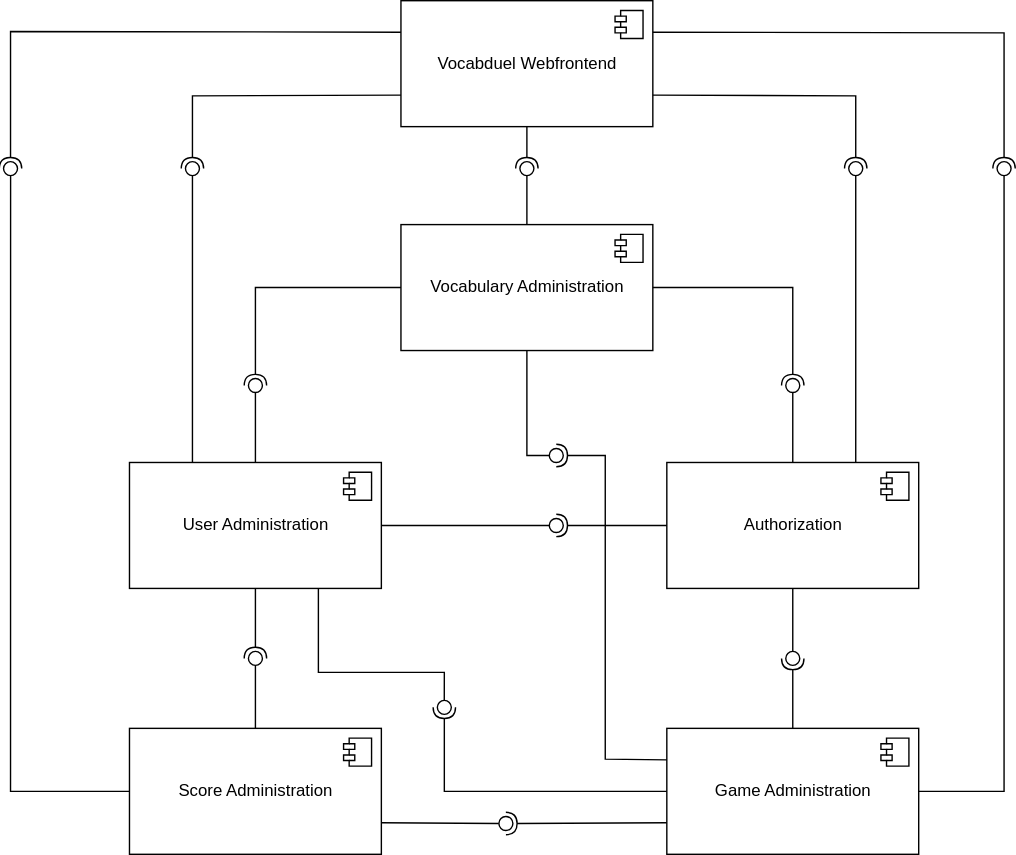
This is components_diagram.svg from lucaslar/htw-kba-gr7-vocabduel-monorepo, a draw.io export, as it was before one commit. Source tidied: cells renumbered, new cells last; positions are measured from the earlier drawing's top-left corner, leaving out a move shared by most shapes. Source of this version:
```xml
<mxGraphModel background="#ffffff">
  <root>
    <mxCell id="0" />
    <mxCell id="1" parent="0" />
    <mxCell id="2" value="User Administration" style="html=1;" parent="1" vertex="1">
      <mxGeometry x="90" y="330" width="180" height="90" as="geometry" />
    </mxCell>
    <mxCell id="3" style="shape=module;jettyWidth=8;jettyHeight=4;" parent="2" vertex="1">
      <mxGeometry x="1" width="20" height="20" relative="1" as="geometry">
        <mxPoint x="-27" y="7" as="offset" />
      </mxGeometry>
    </mxCell>
    <mxCell id="4" value="Vocabulary Administration" style="html=1;" parent="1" vertex="1">
      <mxGeometry x="284" y="160" width="180" height="90" as="geometry" />
    </mxCell>
    <mxCell id="5" style="shape=module;jettyWidth=8;jettyHeight=4;" parent="4" vertex="1">
      <mxGeometry x="1" width="20" height="20" relative="1" as="geometry">
        <mxPoint x="-27" y="7" as="offset" />
      </mxGeometry>
    </mxCell>
    <mxCell id="6" value="Authorization" style="html=1;" parent="1" vertex="1">
      <mxGeometry x="474" y="330" width="180" height="90" as="geometry" />
    </mxCell>
    <mxCell id="7" style="shape=module;jettyWidth=8;jettyHeight=4;" parent="6" vertex="1">
      <mxGeometry x="1" width="20" height="20" relative="1" as="geometry">
        <mxPoint x="-27" y="7" as="offset" />
      </mxGeometry>
    </mxCell>
    <mxCell id="8" value="Game Administration" style="html=1;" parent="1" vertex="1">
      <mxGeometry x="474" y="520" width="180" height="90" as="geometry" />
    </mxCell>
    <mxCell id="9" style="shape=module;jettyWidth=8;jettyHeight=4;" parent="8" vertex="1">
      <mxGeometry x="1" width="20" height="20" relative="1" as="geometry">
        <mxPoint x="-27" y="7" as="offset" />
      </mxGeometry>
    </mxCell>
    <mxCell id="10" value="Vocabduel Webfrontend" style="html=1;" parent="1" vertex="1">
      <mxGeometry x="284" width="180" height="90" as="geometry" />
    </mxCell>
    <mxCell id="11" style="shape=module;jettyWidth=8;jettyHeight=4;" parent="10" vertex="1">
      <mxGeometry x="1" width="20" height="20" relative="1" as="geometry">
        <mxPoint x="-27" y="7" as="offset" />
      </mxGeometry>
    </mxCell>
    <mxCell id="12" value="Score Administration" style="html=1;" parent="1" vertex="1">
      <mxGeometry x="90" y="520" width="180" height="90" as="geometry" />
    </mxCell>
    <mxCell id="13" style="shape=module;jettyWidth=8;jettyHeight=4;" parent="12" vertex="1">
      <mxGeometry x="1" width="20" height="20" relative="1" as="geometry">
        <mxPoint x="-27" y="7" as="offset" />
      </mxGeometry>
    </mxCell>
    <mxCell id="14" style="rounded=0;jettySize=auto;html=1;endArrow=none;endFill=0;exitX=0.25;exitY=0;exitDx=0;exitDy=0;" parent="1" edge="1" source="2" target="16">
      <mxGeometry relative="1" as="geometry" />
    </mxCell>
    <mxCell id="15" style="rounded=0;jettySize=auto;html=1;endArrow=halfCircle;endFill=0;entryX=0.5;entryY=0.5;entryDx=0;entryDy=0;endSize=6;strokeWidth=1;exitX=0;exitY=0.75;exitDx=0;exitDy=0;" parent="1" edge="1" source="10" target="16">
      <mxGeometry relative="1" as="geometry">
        <Array as="points">
          <mxPoint x="135" y="68" />
        </Array>
      </mxGeometry>
    </mxCell>
    <mxCell id="16" style="ellipse;whiteSpace=wrap;html=1;fontFamily=Helvetica;fontSize=12;fontColor=#000000;align=center;strokeColor=#000000;fillColor=#ffffff;points=[];" parent="1" vertex="1">
      <mxGeometry x="130" y="115" width="10" height="10" as="geometry" />
    </mxCell>
    <mxCell id="17" style="rounded=0;jettySize=auto;html=1;endArrow=none;endFill=0;exitX=1;exitY=0.5;exitDx=0;exitDy=0;" parent="1" edge="1" source="8" target="19">
      <mxGeometry relative="1" as="geometry">
        <Array as="points">
          <mxPoint x="715" y="565" />
        </Array>
      </mxGeometry>
    </mxCell>
    <mxCell id="18" style="rounded=0;jettySize=auto;html=1;endArrow=halfCircle;endFill=0;entryX=0.5;entryY=0.5;entryDx=0;entryDy=0;endSize=6;strokeWidth=1;exitX=1;exitY=0.25;exitDx=0;exitDy=0;" parent="1" edge="1" source="10" target="19">
      <mxGeometry relative="1" as="geometry">
        <Array as="points">
          <mxPoint x="715" y="23" />
        </Array>
      </mxGeometry>
    </mxCell>
    <mxCell id="19" style="ellipse;whiteSpace=wrap;html=1;fontFamily=Helvetica;fontSize=12;fontColor=#000000;align=center;strokeColor=#000000;fillColor=#ffffff;points=[];" parent="1" vertex="1">
      <mxGeometry x="710" y="115" width="10" height="10" as="geometry" />
    </mxCell>
    <mxCell id="20" style="rounded=0;jettySize=auto;html=1;endArrow=none;endFill=0;" parent="1" edge="1" source="4" target="22">
      <mxGeometry relative="1" as="geometry" />
    </mxCell>
    <mxCell id="21" style="rounded=0;jettySize=auto;html=1;endArrow=halfCircle;endFill=0;endSize=6;strokeWidth=1;" parent="1" edge="1" source="10">
      <mxGeometry relative="1" as="geometry">
        <mxPoint x="374" y="120" as="targetPoint" />
      </mxGeometry>
    </mxCell>
    <mxCell id="22" style="ellipse;whiteSpace=wrap;html=1;fontFamily=Helvetica;fontSize=12;fontColor=#000000;align=center;strokeColor=#000000;fillColor=#ffffff;points=[];" parent="1" vertex="1">
      <mxGeometry x="369" y="115" width="10" height="10" as="geometry" />
    </mxCell>
    <mxCell id="23" style="rounded=0;jettySize=auto;html=1;endArrow=none;endFill=0;exitX=0.75;exitY=0;exitDx=0;exitDy=0;" parent="1" edge="1" source="6" target="25">
      <mxGeometry relative="1" as="geometry">
        <Array as="points">
          <mxPoint x="609" y="160" />
        </Array>
      </mxGeometry>
    </mxCell>
    <mxCell id="24" style="rounded=0;jettySize=auto;html=1;endArrow=halfCircle;endFill=0;entryX=0.5;entryY=0.5;entryDx=0;entryDy=0;endSize=6;strokeWidth=1;exitX=1;exitY=0.75;exitDx=0;exitDy=0;" parent="1" edge="1" source="10" target="25">
      <mxGeometry relative="1" as="geometry">
        <Array as="points">
          <mxPoint x="609" y="68" />
        </Array>
      </mxGeometry>
    </mxCell>
    <mxCell id="25" style="ellipse;whiteSpace=wrap;html=1;fontFamily=Helvetica;fontSize=12;fontColor=#000000;align=center;strokeColor=#000000;fillColor=#ffffff;points=[];" parent="1" vertex="1">
      <mxGeometry x="604" y="115" width="10" height="10" as="geometry" />
    </mxCell>
    <mxCell id="26" style="rounded=0;jettySize=auto;html=1;endArrow=none;endFill=0;entryX=0.505;entryY=0.995;entryDx=0;entryDy=0;entryPerimeter=0;exitX=0;exitY=0.5;exitDx=0;exitDy=0;" parent="1" edge="1" source="12" target="28">
      <mxGeometry relative="1" as="geometry">
        <Array as="points">
          <mxPoint x="5" y="565" />
        </Array>
      </mxGeometry>
    </mxCell>
    <mxCell id="27" style="rounded=0;jettySize=auto;html=1;endArrow=halfCircle;endFill=0;entryX=0.5;entryY=0.5;entryDx=0;entryDy=0;endSize=6;strokeWidth=1;exitX=0;exitY=0.25;exitDx=0;exitDy=0;" parent="1" edge="1" source="10" target="28">
      <mxGeometry relative="1" as="geometry">
        <Array as="points">
          <mxPoint x="5" y="22" />
        </Array>
      </mxGeometry>
    </mxCell>
    <mxCell id="28" style="ellipse;whiteSpace=wrap;html=1;fontFamily=Helvetica;fontSize=12;fontColor=#000000;align=center;strokeColor=#000000;fillColor=#ffffff;points=[];" parent="1" vertex="1">
      <mxGeometry y="115" width="10" height="10" as="geometry" />
    </mxCell>
    <mxCell id="29" style="rounded=0;jettySize=auto;html=1;endArrow=none;endFill=0;" parent="1" edge="1" target="31">
      <mxGeometry relative="1" as="geometry">
        <mxPoint x="374" y="250" as="sourcePoint" />
        <Array as="points">
          <mxPoint x="374" y="325" />
        </Array>
      </mxGeometry>
    </mxCell>
    <mxCell id="30" style="rounded=0;jettySize=auto;html=1;endArrow=halfCircle;endFill=0;entryX=0.5;entryY=0.5;entryDx=0;entryDy=0;endSize=6;strokeWidth=1;exitX=0;exitY=0.25;exitDx=0;exitDy=0;" parent="1" edge="1" source="8" target="31">
      <mxGeometry relative="1" as="geometry">
        <Array as="points">
          <mxPoint x="430" y="542" />
          <mxPoint x="430" y="325" />
        </Array>
      </mxGeometry>
    </mxCell>
    <mxCell id="31" style="ellipse;whiteSpace=wrap;html=1;fontFamily=Helvetica;fontSize=12;fontColor=#000000;align=center;strokeColor=#000000;fillColor=#ffffff;points=[];" parent="1" vertex="1">
      <mxGeometry x="390" y="320" width="10" height="10" as="geometry" />
    </mxCell>
    <mxCell id="32" style="rounded=0;jettySize=auto;html=1;endArrow=none;endFill=0;exitX=0.5;exitY=0;exitDx=0;exitDy=0;" parent="1" edge="1" source="12" target="34">
      <mxGeometry relative="1" as="geometry" />
    </mxCell>
    <mxCell id="33" style="rounded=0;jettySize=auto;html=1;endArrow=halfCircle;endFill=0;endSize=6;strokeWidth=1;exitX=0.5;exitY=1;exitDx=0;exitDy=0;" parent="1" edge="1" source="2">
      <mxGeometry relative="1" as="geometry">
        <mxPoint x="180" y="470" as="targetPoint" />
      </mxGeometry>
    </mxCell>
    <mxCell id="34" style="ellipse;whiteSpace=wrap;html=1;fontFamily=Helvetica;fontSize=12;fontColor=#000000;align=center;strokeColor=#000000;fillColor=#ffffff;points=[];" parent="1" vertex="1">
      <mxGeometry x="175" y="465" width="10" height="10" as="geometry" />
    </mxCell>
    <mxCell id="35" style="rounded=0;jettySize=auto;html=1;endArrow=none;endFill=0;exitX=1;exitY=0.75;exitDx=0;exitDy=0;" parent="1" edge="1" source="12" target="37">
      <mxGeometry relative="1" as="geometry" />
    </mxCell>
    <mxCell id="36" style="rounded=0;jettySize=auto;html=1;endArrow=halfCircle;endFill=0;entryX=0.5;entryY=0.5;entryDx=0;entryDy=0;endSize=6;strokeWidth=1;exitX=0;exitY=0.75;exitDx=0;exitDy=0;" parent="1" edge="1" source="8" target="37">
      <mxGeometry relative="1" as="geometry" />
    </mxCell>
    <mxCell id="37" style="ellipse;whiteSpace=wrap;html=1;fontFamily=Helvetica;fontSize=12;fontColor=#000000;align=center;strokeColor=#000000;fillColor=#ffffff;points=[];" parent="1" vertex="1">
      <mxGeometry x="354" y="583" width="10" height="10" as="geometry" />
    </mxCell>
    <mxCell id="38" style="rounded=0;jettySize=auto;html=1;endArrow=none;endFill=0;exitX=0.75;exitY=1;exitDx=0;exitDy=0;entryX=0.496;entryY=-0.024;entryDx=0;entryDy=0;entryPerimeter=0;" parent="1" edge="1" source="2" target="40">
      <mxGeometry relative="1" as="geometry">
        <Array as="points">
          <mxPoint x="225" y="480" />
          <mxPoint x="315" y="480" />
        </Array>
      </mxGeometry>
    </mxCell>
    <mxCell id="39" style="rounded=0;jettySize=auto;html=1;endArrow=halfCircle;endFill=0;entryX=0.5;entryY=0.5;entryDx=0;entryDy=0;endSize=6;strokeWidth=1;exitX=0;exitY=0.5;exitDx=0;exitDy=0;" parent="1" edge="1" source="8" target="40">
      <mxGeometry relative="1" as="geometry">
        <Array as="points">
          <mxPoint x="315" y="565" />
        </Array>
      </mxGeometry>
    </mxCell>
    <mxCell id="40" style="ellipse;whiteSpace=wrap;html=1;fontFamily=Helvetica;fontSize=12;fontColor=#000000;align=center;strokeColor=#000000;fillColor=#ffffff;points=[];" parent="1" vertex="1">
      <mxGeometry x="310" y="500" width="10" height="10" as="geometry" />
    </mxCell>
    <mxCell id="41" style="rounded=0;jettySize=auto;html=1;endArrow=none;endFill=0;" parent="1" edge="1" source="2" target="43">
      <mxGeometry relative="1" as="geometry" />
    </mxCell>
    <mxCell id="42" style="rounded=0;jettySize=auto;html=1;endArrow=halfCircle;endFill=0;entryX=0.5;entryY=0.5;entryDx=0;entryDy=0;endSize=6;strokeWidth=1;" parent="1" edge="1" source="4" target="43">
      <mxGeometry relative="1" as="geometry">
        <Array as="points">
          <mxPoint x="180" y="205" />
        </Array>
      </mxGeometry>
    </mxCell>
    <mxCell id="43" style="ellipse;whiteSpace=wrap;html=1;fontFamily=Helvetica;fontSize=12;fontColor=#000000;align=center;strokeColor=#000000;fillColor=#ffffff;points=[];" parent="1" vertex="1">
      <mxGeometry x="175" y="270" width="10" height="10" as="geometry" />
    </mxCell>
    <mxCell id="44" style="rounded=0;jettySize=auto;html=1;endArrow=none;endFill=0;" parent="1" edge="1" source="2" target="46">
      <mxGeometry relative="1" as="geometry" />
    </mxCell>
    <mxCell id="45" style="rounded=0;jettySize=auto;html=1;endArrow=halfCircle;endFill=0;entryX=0.5;entryY=0.5;entryDx=0;entryDy=0;endSize=6;strokeWidth=1;exitX=0;exitY=0.5;exitDx=0;exitDy=0;" parent="1" edge="1" source="6" target="46">
      <mxGeometry relative="1" as="geometry" />
    </mxCell>
    <mxCell id="46" style="ellipse;whiteSpace=wrap;html=1;fontFamily=Helvetica;fontSize=12;fontColor=#000000;align=center;strokeColor=#000000;fillColor=#ffffff;points=[];" parent="1" vertex="1">
      <mxGeometry x="390" y="370" width="10" height="10" as="geometry" />
    </mxCell>
    <mxCell id="47" style="rounded=0;jettySize=auto;html=1;endArrow=none;endFill=0;" parent="1" edge="1" source="6" target="49">
      <mxGeometry relative="1" as="geometry" />
    </mxCell>
    <mxCell id="48" style="rounded=0;jettySize=auto;html=1;endArrow=halfCircle;endFill=0;entryX=0.5;entryY=0.5;entryDx=0;entryDy=0;endSize=6;strokeWidth=1;exitX=1;exitY=0.5;exitDx=0;exitDy=0;" parent="1" edge="1" source="4" target="49">
      <mxGeometry relative="1" as="geometry">
        <Array as="points">
          <mxPoint x="564" y="205" />
        </Array>
      </mxGeometry>
    </mxCell>
    <mxCell id="49" style="ellipse;whiteSpace=wrap;html=1;fontFamily=Helvetica;fontSize=12;fontColor=#000000;align=center;strokeColor=#000000;fillColor=#ffffff;points=[];" parent="1" vertex="1">
      <mxGeometry x="559" y="270" width="10" height="10" as="geometry" />
    </mxCell>
    <mxCell id="50" style="rounded=0;jettySize=auto;html=1;endArrow=none;endFill=0;" parent="1" edge="1" source="6" target="52">
      <mxGeometry relative="1" as="geometry" />
    </mxCell>
    <mxCell id="51" style="rounded=0;jettySize=auto;html=1;endArrow=halfCircle;endFill=0;entryX=0.5;entryY=0.5;entryDx=0;entryDy=0;endSize=6;strokeWidth=1;exitX=0.5;exitY=0;exitDx=0;exitDy=0;" parent="1" edge="1" source="8" target="52">
      <mxGeometry relative="1" as="geometry" />
    </mxCell>
    <mxCell id="52" style="ellipse;whiteSpace=wrap;html=1;fontFamily=Helvetica;fontSize=12;fontColor=#000000;align=center;strokeColor=#000000;fillColor=#ffffff;points=[];" parent="1" vertex="1">
      <mxGeometry x="559" y="465" width="10" height="10" as="geometry" />
    </mxCell>
  </root>
</mxGraphModel>
```
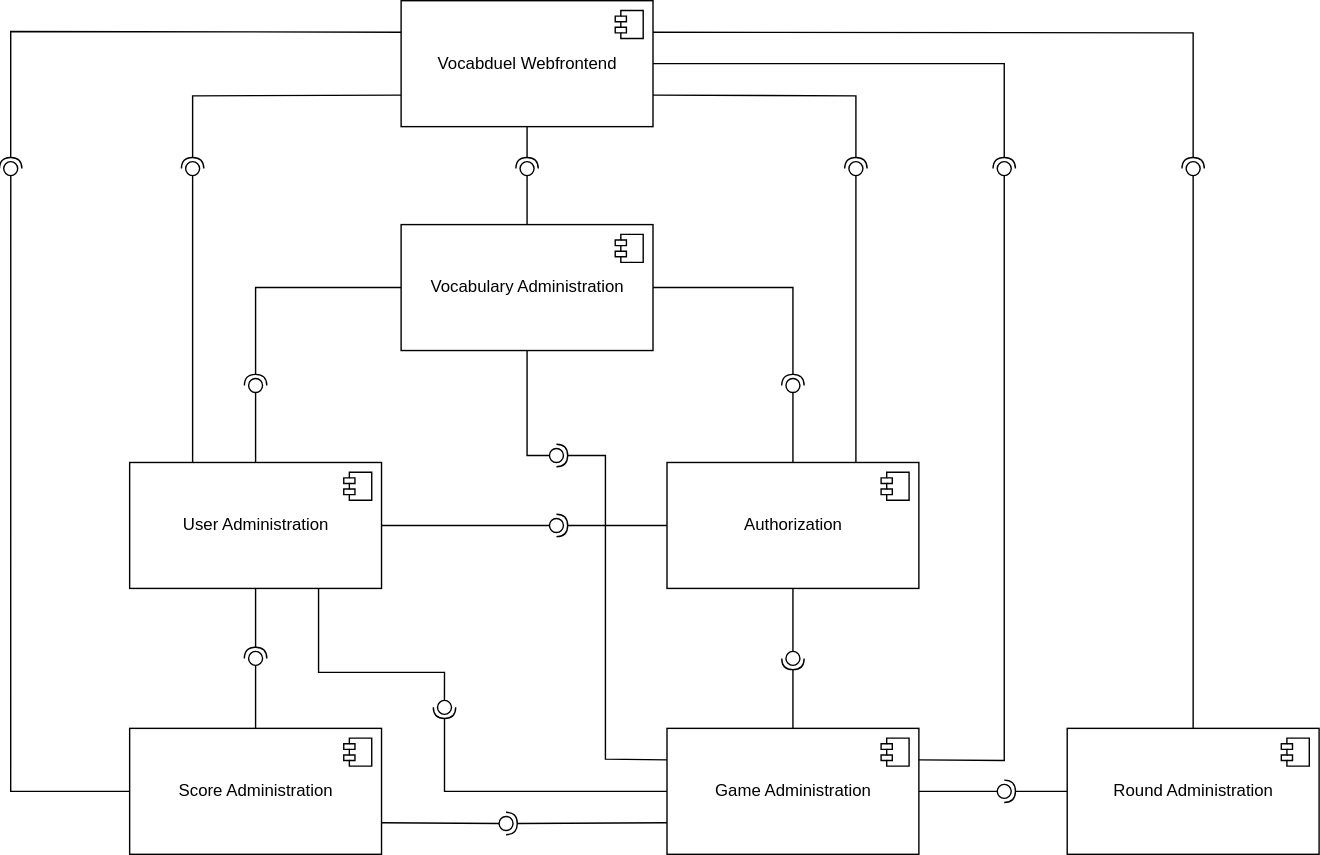
Above is the later version.

What changed in the source:
```diff
@@ -63,17 +63,17 @@
     <mxCell id="16" style="ellipse;whiteSpace=wrap;html=1;fontFamily=Helvetica;fontSize=12;fontColor=#000000;align=center;strokeColor=#000000;fillColor=#ffffff;points=[];" parent="1" vertex="1">
       <mxGeometry x="130" y="115" width="10" height="10" as="geometry" />
     </mxCell>
-    <mxCell id="17" style="rounded=0;jettySize=auto;html=1;endArrow=none;endFill=0;exitX=1;exitY=0.5;exitDx=0;exitDy=0;" parent="1" edge="1" source="8" target="19">
+    <mxCell id="17" style="rounded=0;jettySize=auto;html=1;endArrow=none;endFill=0;exitX=1;exitY=0.25;exitDx=0;exitDy=0;" parent="1" edge="1" source="8" target="19">
       <mxGeometry relative="1" as="geometry">
         <Array as="points">
-          <mxPoint x="715" y="565" />
+          <mxPoint x="715" y="543" />
         </Array>
       </mxGeometry>
     </mxCell>
-    <mxCell id="18" style="rounded=0;jettySize=auto;html=1;endArrow=halfCircle;endFill=0;entryX=0.5;entryY=0.5;entryDx=0;entryDy=0;endSize=6;strokeWidth=1;exitX=1;exitY=0.25;exitDx=0;exitDy=0;" parent="1" edge="1" source="10" target="19">
+    <mxCell id="18" style="rounded=0;jettySize=auto;html=1;endArrow=halfCircle;endFill=0;entryX=0.5;entryY=0.5;entryDx=0;entryDy=0;endSize=6;strokeWidth=1;exitX=1;exitY=0.5;exitDx=0;exitDy=0;" parent="1" edge="1" source="10" target="19">
       <mxGeometry relative="1" as="geometry">
         <Array as="points">
-          <mxPoint x="715" y="23" />
+          <mxPoint x="715" y="45" />
         </Array>
       </mxGeometry>
     </mxCell>
@@ -226,5 +226,35 @@
     <mxCell id="52" style="ellipse;whiteSpace=wrap;html=1;fontFamily=Helvetica;fontSize=12;fontColor=#000000;align=center;strokeColor=#000000;fillColor=#ffffff;points=[];" parent="1" vertex="1">
       <mxGeometry x="559" y="465" width="10" height="10" as="geometry" />
     </mxCell>
+    <mxCell id="53" value="Round Administration" style="html=1;" parent="1" vertex="1">
+      <mxGeometry x="760" y="520" width="180" height="90" as="geometry" />
+    </mxCell>
+    <mxCell id="54" style="shape=module;jettyWidth=8;jettyHeight=4;" parent="53" vertex="1">
+      <mxGeometry x="1" width="20" height="20" relative="1" as="geometry">
+        <mxPoint x="-27" y="7" as="offset" />
+      </mxGeometry>
+    </mxCell>
+    <mxCell id="55" style="rounded=0;jettySize=auto;html=1;endArrow=none;endFill=0;exitX=0.5;exitY=0;exitDx=0;exitDy=0;" parent="1" edge="1" source="53" target="57">
+      <mxGeometry relative="1" as="geometry" />
+    </mxCell>
+    <mxCell id="56" style="rounded=0;jettySize=auto;html=1;endArrow=halfCircle;endFill=0;entryX=0.5;entryY=0.5;entryDx=0;entryDy=0;endSize=6;strokeWidth=1;exitX=1;exitY=0.25;exitDx=0;exitDy=0;" parent="1" edge="1" source="10" target="57">
+      <mxGeometry relative="1" as="geometry">
+        <Array as="points">
+          <mxPoint x="850" y="23" />
+        </Array>
+      </mxGeometry>
+    </mxCell>
+    <mxCell id="57" style="ellipse;whiteSpace=wrap;html=1;fontFamily=Helvetica;fontSize=12;fontColor=#000000;align=center;strokeColor=#000000;fillColor=#ffffff;points=[];" parent="1" vertex="1">
+      <mxGeometry x="845" y="115" width="10" height="10" as="geometry" />
+    </mxCell>
+    <mxCell id="58" style="rounded=0;jettySize=auto;html=1;endArrow=none;endFill=0;exitX=1;exitY=0.5;exitDx=0;exitDy=0;" parent="1" edge="1" source="8" target="60">
+      <mxGeometry relative="1" as="geometry" />
+    </mxCell>
+    <mxCell id="59" style="rounded=0;jettySize=auto;html=1;endArrow=halfCircle;endFill=0;entryX=0.5;entryY=0.5;entryDx=0;entryDy=0;endSize=6;strokeWidth=1;exitX=0;exitY=0.5;exitDx=0;exitDy=0;" parent="1" edge="1" source="53" target="60">
+      <mxGeometry relative="1" as="geometry" />
+    </mxCell>
+    <mxCell id="60" style="ellipse;whiteSpace=wrap;html=1;fontFamily=Helvetica;fontSize=12;fontColor=#000000;align=center;strokeColor=#000000;fillColor=#ffffff;points=[];" parent="1" vertex="1">
+      <mxGeometry x="710" y="560" width="10" height="10" as="geometry" />
+    </mxCell>
   </root>
 </mxGraphModel>
```
